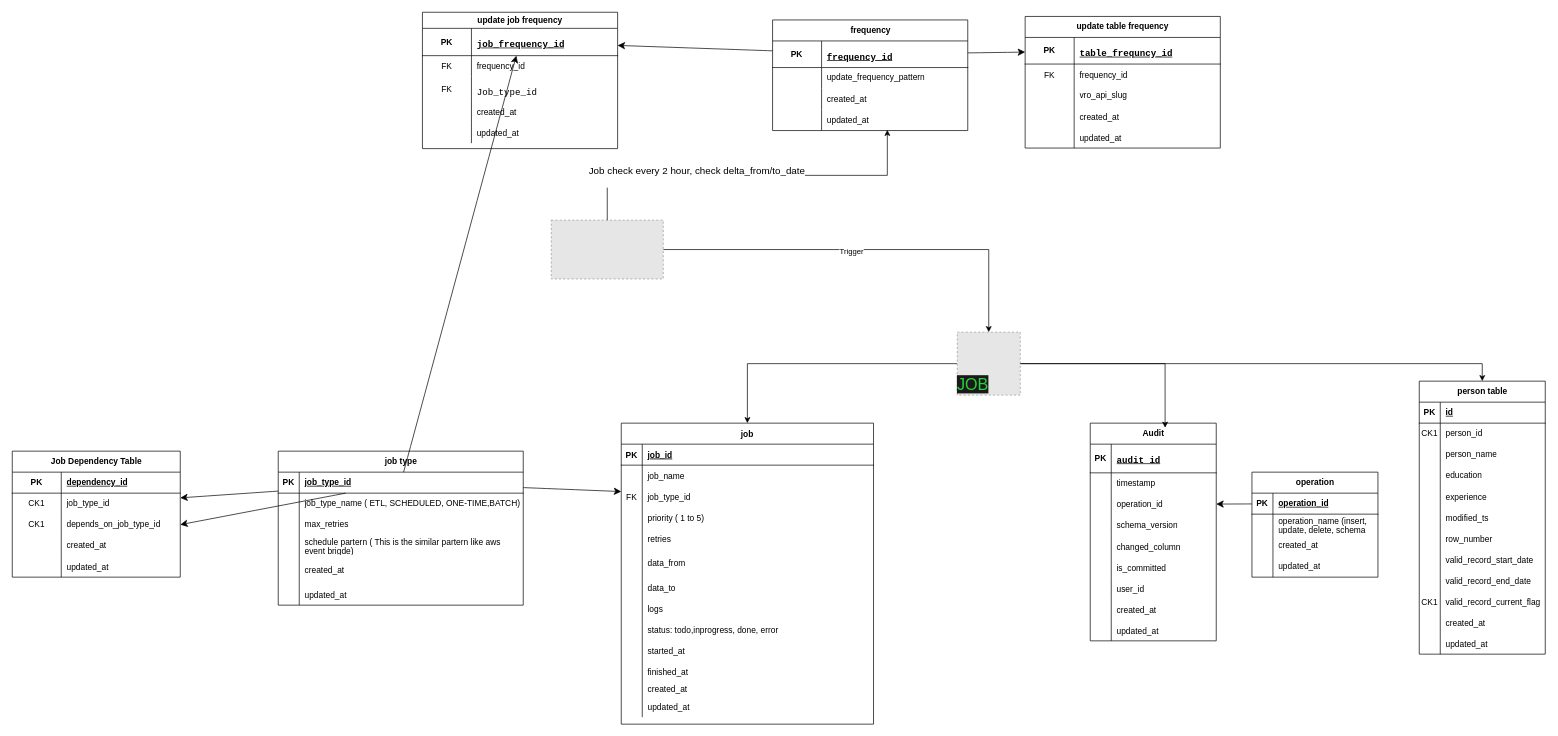
The draw.io diagram vro db diagram.drawio in jorawarsinghcapgemini/drawio, before the edit. Source tidied: cells renumbered, new cells numbered last; positions are measured from the earlier drawing's top-left corner, leaving out a move shared by most shapes. Both pictures are drawn from the tidied source at 70%, with x=0, y=0 at pixel (12, 12). Pictures stored in the file or linked from it are replaced by grey dashed boxes.
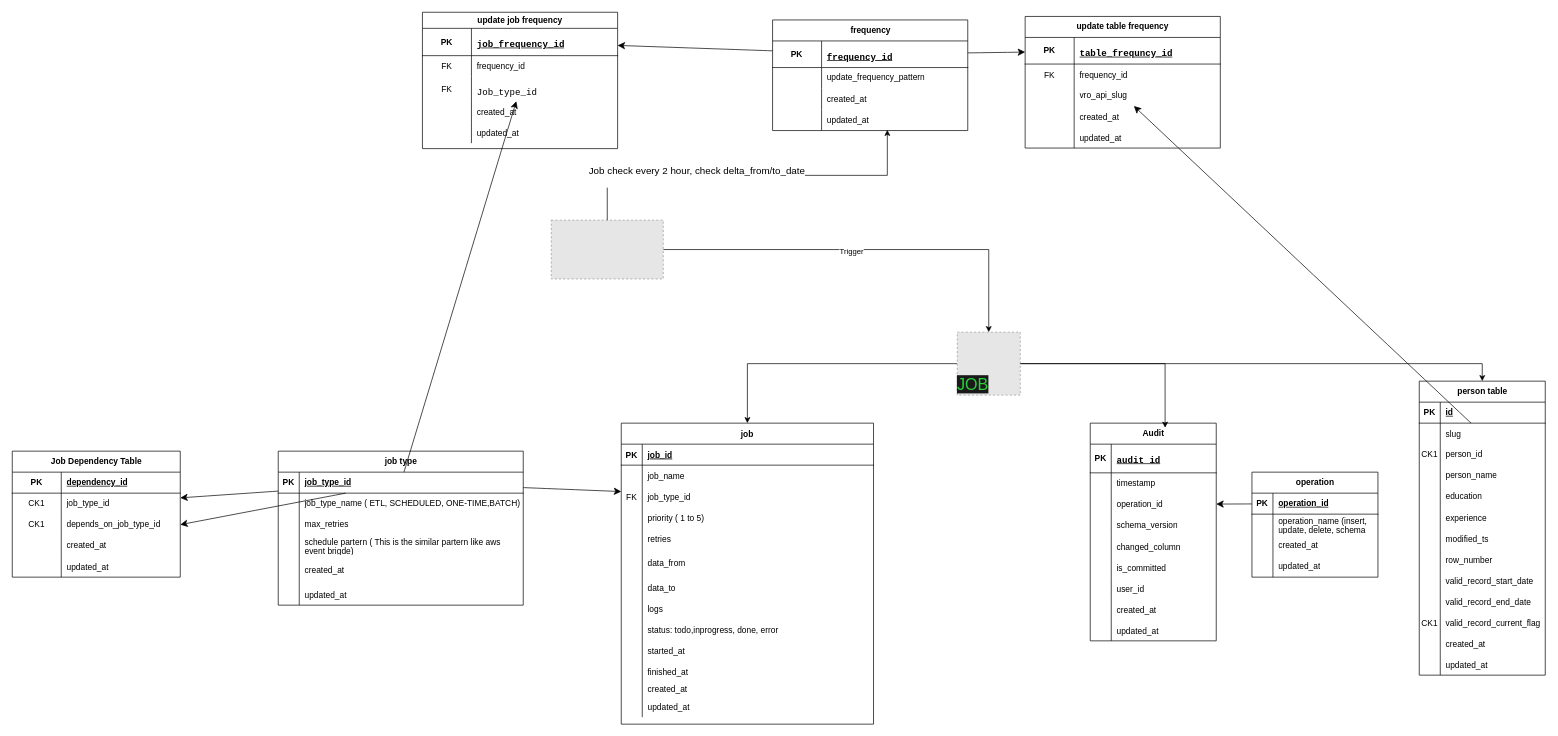
The same diagram, later.

Commit message:
added slug in table

Unchanged cells that the change refers to:
```xml
<mxCell id="77" style="shape=tableRow;horizontal=0;startSize=0;swimlaneHead=0;swimlaneBody=0;fillColor=none;points=[[0,0.5],[1,0.5]];portConstraint=eastwest;top=0;left=0;right=0;bottom=1;" parent="76" vertex="1">
  <mxGeometry y="30" width="350" height="30" as="geometry" />
</mxCell>
<mxCell id="186" style="shape=tableRow;horizontal=0;startSize=0;swimlaneHead=0;swimlaneBody=0;fillColor=none;points=[[0,0.5],[1,0.5]];portConstraint=eastwest;top=0;left=0;right=0;bottom=0;" parent="179" vertex="1">
  <mxGeometry y="98" width="278.8" height="30" as="geometry" />
</mxCell>
<mxCell id="197" style="shape=tableRow;horizontal=0;startSize=0;swimlaneHead=0;swimlaneBody=0;fillColor=none;points=[[0,0.5],[1,0.5]];portConstraint=eastwest;top=0;left=0;right=0;bottom=1;" parent="196" vertex="1">
  <mxGeometry y="23" width="278.8" height="39" as="geometry" />
</mxCell>
<mxCell id="203" style="shape=tableRow;horizontal=0;startSize=0;swimlaneHead=0;swimlaneBody=0;fillColor=none;points=[[0,0.5],[1,0.5]];portConstraint=eastwest;top=0;left=0;right=0;bottom=0;" parent="196" vertex="1">
  <mxGeometry y="92" width="278.8" height="35" as="geometry" />
</mxCell>
```

Change to the diagram source:
```diff
@@
     <mxCell id="128" value="person table" style="shape=table;startSize=30;childLayout=tableLayout;rowLines=0;fontStyle=1;align=center;html=1;" parent="1" vertex="1">
-      <mxGeometry x="2010" y="527" width="180" height="390" as="geometry" />
+      <mxGeometry x="2010" y="527" width="180" height="420" as="geometry" />
     </mxCell>
@@
+    <mxCell id="217" style="shape=tableRow;horizontal=0;startSize=0;swimlaneHead=0;swimlaneBody=0;fillColor=none;points=[[0,0.5],[1,0.5]];portConstraint=eastwest;top=0;left=0;right=0;bottom=0;" parent="128" vertex="1">
+      <mxGeometry y="60" width="180" height="30" as="geometry" />
+    </mxCell>
+    <mxCell id="218" style="shape=partialRectangle;fillColor=none;top=0;left=0;bottom=0;right=0;overflow=hidden;" parent="217" vertex="1">
+      <mxGeometry width="30" height="30" as="geometry" />
+    </mxCell>
+    <mxCell id="219" value="slug" style="shape=partialRectangle;fillColor=none;top=0;left=0;bottom=0;right=0;align=left;spacingLeft=6;overflow=hidden;" parent="217" vertex="1">
+      <mxGeometry x="30" width="150" height="30" as="geometry" />
+    </mxCell>
     <mxCell id="132" style="shape=tableRow;horizontal=0;startSize=0;swimlaneHead=0;swimlaneBody=0;fillColor=none;top=0;left=0;right=0;bottom=0;" parent="128" vertex="1">
-      <mxGeometry y="60" width="180" height="30" as="geometry" />
+      <mxGeometry y="90" width="180" height="30" as="geometry" />
     </mxCell>
@@
     <mxCell id="135" style="shape=tableRow;horizontal=0;startSize=0;swimlaneHead=0;swimlaneBody=0;fillColor=none;top=0;left=0;right=0;bottom=0;" parent="128" vertex="1">
-      <mxGeometry y="90" width="180" height="30" as="geometry" />
+      <mxGeometry y="120" width="180" height="30" as="geometry" />
     </mxCell>
@@
     <mxCell id="138" style="shape=tableRow;horizontal=0;startSize=0;swimlaneHead=0;swimlaneBody=0;fillColor=none;top=0;left=0;right=0;bottom=0;" parent="128" vertex="1">
-      <mxGeometry y="120" width="180" height="30" as="geometry" />
+      <mxGeometry y="150" width="180" height="30" as="geometry" />
     </mxCell>
@@
     <mxCell id="141" style="shape=tableRow;horizontal=0;startSize=0;swimlaneHead=0;swimlaneBody=0;fillColor=none;top=0;left=0;right=0;bottom=0;" parent="128" vertex="1">
-      <mxGeometry y="150" width="180" height="30" as="geometry" />
+      <mxGeometry y="180" width="180" height="30" as="geometry" />
     </mxCell>
@@
     <mxCell id="144" style="shape=tableRow;horizontal=0;startSize=0;swimlaneHead=0;swimlaneBody=0;fillColor=none;top=0;left=0;right=0;bottom=0;" parent="128" vertex="1">
-      <mxGeometry y="180" width="180" height="30" as="geometry" />
+      <mxGeometry y="210" width="180" height="30" as="geometry" />
     </mxCell>
@@
     <mxCell id="147" style="shape=tableRow;horizontal=0;startSize=0;swimlaneHead=0;swimlaneBody=0;fillColor=none;top=0;left=0;right=0;bottom=0;" parent="128" vertex="1">
-      <mxGeometry y="210" width="180" height="30" as="geometry" />
+      <mxGeometry y="240" width="180" height="30" as="geometry" />
     </mxCell>
@@
     <mxCell id="150" style="shape=tableRow;horizontal=0;startSize=0;swimlaneHead=0;swimlaneBody=0;fillColor=none;top=0;left=0;right=0;bottom=0;" parent="128" vertex="1">
-      <mxGeometry y="240" width="180" height="30" as="geometry" />
+      <mxGeometry y="270" width="180" height="30" as="geometry" />
     </mxCell>
@@
     <mxCell id="153" style="shape=tableRow;horizontal=0;startSize=0;swimlaneHead=0;swimlaneBody=0;fillColor=none;top=0;left=0;right=0;bottom=0;" parent="128" vertex="1">
-      <mxGeometry y="270" width="180" height="30" as="geometry" />
+      <mxGeometry y="300" width="180" height="30" as="geometry" />
     </mxCell>
@@
     <mxCell id="156" style="shape=tableRow;horizontal=0;startSize=0;swimlaneHead=0;swimlaneBody=0;fillColor=none;top=0;left=0;right=0;bottom=0;" parent="128" vertex="1">
-      <mxGeometry y="300" width="180" height="30" as="geometry" />
+      <mxGeometry y="330" width="180" height="30" as="geometry" />
     </mxCell>
@@
     <mxCell id="159" style="shape=tableRow;horizontal=0;startSize=0;swimlaneHead=0;swimlaneBody=0;fillColor=none;top=0;left=0;right=0;bottom=0;" parent="128" vertex="1">
-      <mxGeometry y="330" width="180" height="30" as="geometry" />
+      <mxGeometry y="360" width="180" height="30" as="geometry" />
     </mxCell>
@@
     <mxCell id="162" style="shape=tableRow;horizontal=0;startSize=0;swimlaneHead=0;swimlaneBody=0;fillColor=none;top=0;left=0;right=0;bottom=0;" parent="128" vertex="1">
-      <mxGeometry y="360" width="180" height="30" as="geometry" />
+      <mxGeometry y="390" width="180" height="30" as="geometry" />
     </mxCell>
@@
-    <mxCell id="215" style="edgeStyle=none;curved=1;rounded=0;jettySize=auto;html=1;fontSize=12;startSize=8;endSize=8;" parent="1" edge="1" source="77" target="197">
-      <mxGeometry relative="1" as="geometry" />
-    </mxCell>
@@
+    <mxCell id="220" style="edgeStyle=none;curved=1;rounded=0;jettySize=auto;html=1;fontSize=12;startSize=8;endSize=8;" parent="1" edge="1" source="77" target="203">
+      <mxGeometry relative="1" as="geometry" />
+    </mxCell>
+    <mxCell id="221" style="edgeStyle=none;curved=1;rounded=0;jettySize=auto;html=1;fontSize=12;startSize=8;endSize=8;" parent="1" edge="1" source="217" target="186">
+      <mxGeometry relative="1" as="geometry" />
+    </mxCell>
```
